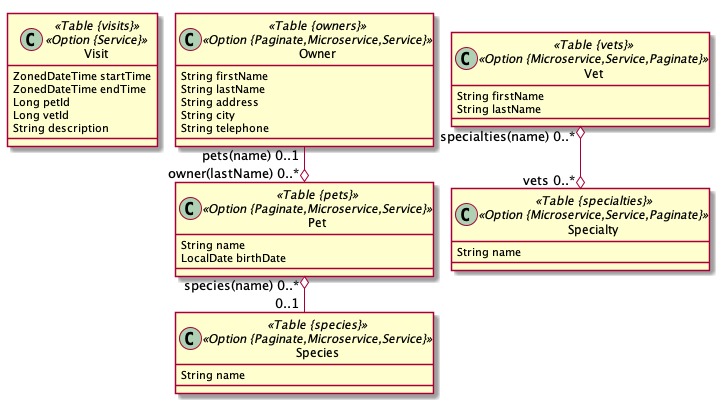
Earlier version of the PlantUML export jhpetclinicmsa.png (terrytompkins/JHPetClinicMSA).
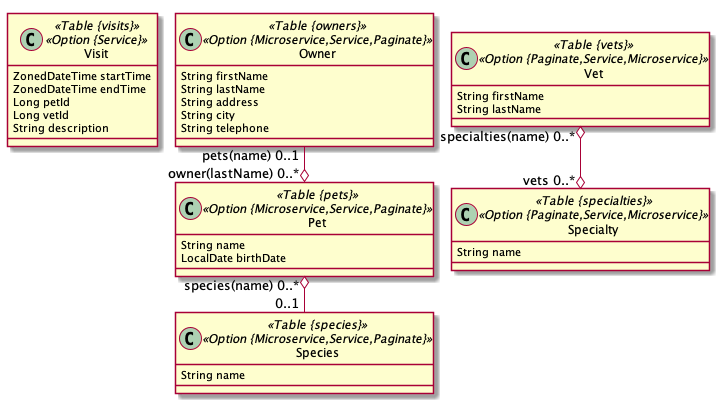
After the commit.

Diff of the diagram source:
```diff
@@ -8,14 +8,14 @@
 		Long vetId
 		String description
 	}
-	class Species <<Table {species}>><<Option {Paginate,Microservice,Service}>> {
+	class Species <<Table {species}>><<Option {Microservice,Service,Paginate}>> {
 		String name
 	}
-	class Pet <<Table {pets}>><<Option {Paginate,Microservice,Service}>> {
+	class Pet <<Table {pets}>><<Option {Microservice,Service,Paginate}>> {
 		String name
 		LocalDate birthDate
 	}
-	class Owner <<Table {owners}>><<Option {Paginate,Microservice,Service}>> {
+	class Owner <<Table {owners}>><<Option {Microservice,Service,Paginate}>> {
 		String firstName
 		String lastName
 		String address
@@ -24,10 +24,10 @@
 	}
 	Owner  "pets(name) 0..1 " --o "owner(lastName) 0..* "  Pet
 	Pet  "species(name) 0..* " o-- "0..1 "  Species
-	class Specialty <<Table {specialties}>><<Option {Microservice,Service,Paginate}>> {
+	class Specialty <<Table {specialties}>><<Option {Paginate,Service,Microservice}>> {
 		String name
 	}
-	class Vet <<Table {vets}>><<Option {Microservice,Service,Paginate}>> {
+	class Vet <<Table {vets}>><<Option {Paginate,Service,Microservice}>> {
 		String firstName
 		String lastName
 	}
```
